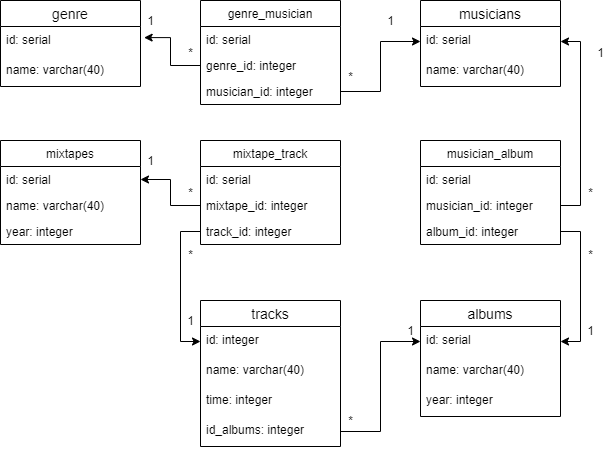
This is DB_homework3.png from Onya-G/DB_homework, a draw.io export, as it was before one commit. Source tidied: cells renumbered, new cells last; positions are measured from the earlier drawing's top-left corner, leaving out a move shared by most shapes. The source it was exported from:
```xml
<mxGraphModel>
  <root>
    <mxCell id="0" />
    <mxCell id="1" parent="0" />
    <mxCell id="2" value="genre" style="swimlane;fontStyle=0;horizontal=1;startSize=26;align=center;fontSize=14;" parent="1" vertex="1">
      <mxGeometry width="140" height="86" as="geometry" />
    </mxCell>
    <mxCell id="3" value="id: serial" style="text;strokeColor=none;fillColor=none;spacingLeft=4;spacingRight=4;overflow=hidden;points=[[0,0.5],[1,0.5]];portConstraint=eastwest;fontSize=12;" parent="2" vertex="1">
      <mxGeometry y="26" width="140" height="30" as="geometry" />
    </mxCell>
    <mxCell id="4" value="name: varchar(40)" style="text;strokeColor=none;fillColor=none;spacingLeft=4;spacingRight=4;overflow=hidden;fontSize=12;" parent="2" vertex="1">
      <mxGeometry y="56" width="140" height="30" as="geometry" />
    </mxCell>
    <mxCell id="5" value="musicians" style="swimlane;fontStyle=0;horizontal=1;startSize=26;align=center;fontSize=14;" parent="1" vertex="1">
      <mxGeometry x="420" width="140" height="86" as="geometry" />
    </mxCell>
    <mxCell id="6" value="id: serial" style="text;strokeColor=none;fillColor=none;spacingLeft=4;spacingRight=4;overflow=hidden;points=[[0,0.5],[1,0.5]];portConstraint=eastwest;fontSize=12;" parent="5" vertex="1">
      <mxGeometry y="26" width="140" height="30" as="geometry" />
    </mxCell>
    <mxCell id="7" value="name: varchar(40)" style="text;strokeColor=none;fillColor=none;spacingLeft=4;spacingRight=4;overflow=hidden;fontSize=12;" parent="5" vertex="1">
      <mxGeometry y="56" width="140" height="30" as="geometry" />
    </mxCell>
    <mxCell id="8" value="albums" style="swimlane;fontStyle=0;horizontal=1;startSize=26;align=center;fontSize=14;" parent="1" vertex="1">
      <mxGeometry x="420" y="300" width="140" height="116" as="geometry" />
    </mxCell>
    <mxCell id="9" value="id: serial" style="text;strokeColor=none;fillColor=none;spacingLeft=4;spacingRight=4;overflow=hidden;points=[[0,0.5],[1,0.5]];portConstraint=eastwest;fontSize=12;" parent="8" vertex="1">
      <mxGeometry y="26" width="140" height="30" as="geometry" />
    </mxCell>
    <mxCell id="10" value="name: varchar(40)" style="text;strokeColor=none;fillColor=none;spacingLeft=4;spacingRight=4;overflow=hidden;fontSize=12;" parent="8" vertex="1">
      <mxGeometry y="56" width="140" height="30" as="geometry" />
    </mxCell>
    <mxCell id="11" value="year: integer" style="text;strokeColor=none;fillColor=none;spacingLeft=4;spacingRight=4;overflow=hidden;fontSize=12;" parent="8" vertex="1">
      <mxGeometry y="86" width="140" height="30" as="geometry" />
    </mxCell>
    <mxCell id="12" value="tracks" style="swimlane;fontStyle=0;horizontal=1;startSize=26;align=center;fontSize=14;" parent="1" vertex="1">
      <mxGeometry x="200" y="300" width="140" height="146" as="geometry" />
    </mxCell>
    <mxCell id="13" value="id: integer" style="text;strokeColor=none;fillColor=none;spacingLeft=4;spacingRight=4;overflow=hidden;points=[[0,0.5],[1,0.5]];portConstraint=eastwest;fontSize=12;" parent="12" vertex="1">
      <mxGeometry y="26" width="140" height="30" as="geometry" />
    </mxCell>
    <mxCell id="14" value="name: varchar(40)" style="text;strokeColor=none;fillColor=none;spacingLeft=4;spacingRight=4;overflow=hidden;fontSize=12;" parent="12" vertex="1">
      <mxGeometry y="56" width="140" height="30" as="geometry" />
    </mxCell>
    <mxCell id="15" value="time: integer" style="text;strokeColor=none;fillColor=none;spacingLeft=4;spacingRight=4;overflow=hidden;fontSize=12;" parent="12" vertex="1">
      <mxGeometry y="86" width="140" height="30" as="geometry" />
    </mxCell>
    <mxCell id="16" value="id_albums: integer" style="text;strokeColor=none;fillColor=none;spacingLeft=4;spacingRight=4;overflow=hidden;points=[[0,0.5],[1,0.5]];portConstraint=eastwest;fontSize=12;" parent="12" vertex="1">
      <mxGeometry y="116" width="140" height="30" as="geometry" />
    </mxCell>
    <mxCell id="17" value="musician_album" style="swimlane;fontStyle=0;horizontal=1;startSize=26;fillColor=none;" parent="1" vertex="1">
      <mxGeometry x="420" y="140" width="140" height="104" as="geometry" />
    </mxCell>
    <mxCell id="18" value="id: serial" style="text;strokeColor=none;fillColor=none;align=left;verticalAlign=top;spacingLeft=4;spacingRight=4;overflow=hidden;" parent="17" vertex="1">
      <mxGeometry y="26" width="140" height="26" as="geometry" />
    </mxCell>
    <mxCell id="19" value="musician_id: integer" style="text;strokeColor=none;fillColor=none;align=left;verticalAlign=top;spacingLeft=4;spacingRight=4;overflow=hidden;points=[[0,0.5],[1,0.5]];portConstraint=eastwest;" parent="17" vertex="1">
      <mxGeometry y="52" width="140" height="26" as="geometry" />
    </mxCell>
    <mxCell id="20" value="album_id: integer" style="text;strokeColor=none;fillColor=none;align=left;verticalAlign=top;spacingLeft=4;spacingRight=4;overflow=hidden;points=[[0,0.5],[1,0.5]];portConstraint=eastwest;" parent="17" vertex="1">
      <mxGeometry y="78" width="140" height="26" as="geometry" />
    </mxCell>
    <mxCell id="21" value="mixtape_track" style="swimlane;fontStyle=0;horizontal=1;startSize=26;fillColor=none;" parent="1" vertex="1">
      <mxGeometry x="200" y="140" width="140" height="104" as="geometry" />
    </mxCell>
    <mxCell id="22" value="id: serial" style="text;strokeColor=none;fillColor=none;align=left;verticalAlign=top;spacingLeft=4;spacingRight=4;overflow=hidden;" parent="21" vertex="1">
      <mxGeometry y="26" width="140" height="26" as="geometry" />
    </mxCell>
    <mxCell id="23" value="mixtape_id: integer" style="text;strokeColor=none;fillColor=none;align=left;verticalAlign=top;spacingLeft=4;spacingRight=4;overflow=hidden;points=[[0,0.5],[1,0.5]];portConstraint=eastwest;" parent="21" vertex="1">
      <mxGeometry y="52" width="140" height="26" as="geometry" />
    </mxCell>
    <mxCell id="24" value="track_id: integer" style="text;strokeColor=none;fillColor=none;align=left;verticalAlign=top;spacingLeft=4;spacingRight=4;overflow=hidden;points=[[0,0.5],[1,0.5]];portConstraint=eastwest;" parent="21" vertex="1">
      <mxGeometry y="78" width="140" height="26" as="geometry" />
    </mxCell>
    <mxCell id="25" value="mixtapes" style="swimlane;fontStyle=0;horizontal=1;startSize=26;fillColor=none;" parent="1" vertex="1">
      <mxGeometry y="140" width="140" height="104" as="geometry" />
    </mxCell>
    <mxCell id="26" value="id: serial" style="text;strokeColor=none;fillColor=none;align=left;verticalAlign=top;spacingLeft=4;spacingRight=4;overflow=hidden;points=[[0,0.5],[1,0.5]];portConstraint=eastwest;" parent="25" vertex="1">
      <mxGeometry y="26" width="140" height="26" as="geometry" />
    </mxCell>
    <mxCell id="27" value="name: varchar(40)" style="text;strokeColor=none;fillColor=none;align=left;verticalAlign=top;spacingLeft=4;spacingRight=4;overflow=hidden;" parent="25" vertex="1">
      <mxGeometry y="52" width="140" height="26" as="geometry" />
    </mxCell>
    <mxCell id="28" value="year: integer" style="text;strokeColor=none;fillColor=none;align=left;verticalAlign=top;spacingLeft=4;spacingRight=4;overflow=hidden;" parent="25" vertex="1">
      <mxGeometry y="78" width="140" height="26" as="geometry" />
    </mxCell>
    <mxCell id="29" value="genre_musician" style="swimlane;fontStyle=0;horizontal=1;startSize=26;fillColor=none;" parent="1" vertex="1">
      <mxGeometry x="200" width="140" height="104" as="geometry" />
    </mxCell>
    <mxCell id="30" value="id: serial" style="text;strokeColor=none;fillColor=none;align=left;verticalAlign=top;spacingLeft=4;spacingRight=4;overflow=hidden;" parent="29" vertex="1">
      <mxGeometry y="26" width="140" height="26" as="geometry" />
    </mxCell>
    <mxCell id="31" value="genre_id: integer" style="text;strokeColor=none;fillColor=none;align=left;verticalAlign=top;spacingLeft=4;spacingRight=4;overflow=hidden;points=[[0,0.5],[1,0.5]];portConstraint=eastwest;" parent="29" vertex="1">
      <mxGeometry y="52" width="140" height="26" as="geometry" />
    </mxCell>
    <mxCell id="32" value="musician_id: integer" style="text;strokeColor=none;fillColor=none;align=left;verticalAlign=top;spacingLeft=4;spacingRight=4;overflow=hidden;points=[[0,0.5],[1,0.5]];portConstraint=eastwest;" parent="29" vertex="1">
      <mxGeometry y="78" width="140" height="26" as="geometry" />
    </mxCell>
    <mxCell id="33" value="*" style="text;html=1;align=center;verticalAlign=middle;strokeColor=none;" parent="1" vertex="1">
      <mxGeometry x="180" y="42" width="20" height="20" as="geometry" />
    </mxCell>
    <mxCell id="34" value="1" style="text;html=1;align=center;verticalAlign=middle;strokeColor=none;" parent="1" vertex="1">
      <mxGeometry x="140" y="10" width="20" height="20" as="geometry" />
    </mxCell>
    <mxCell id="35" value="1" style="text;html=1;align=center;verticalAlign=middle;strokeColor=none;" parent="1" vertex="1">
      <mxGeometry x="380" y="10" width="20" height="20" as="geometry" />
    </mxCell>
    <mxCell id="36" style="edgeStyle=orthogonalEdgeStyle;rounded=0;jettySize=auto;html=1;exitX=0;exitY=0.5;exitDx=0;exitDy=0;entryX=1.026;entryY=0.37;entryDx=0;entryDy=0;entryPerimeter=0;" parent="1" edge="1" source="31" target="3">
      <mxGeometry relative="1" as="geometry" />
    </mxCell>
    <mxCell id="37" style="edgeStyle=orthogonalEdgeStyle;rounded=0;jettySize=auto;html=1;exitX=1;exitY=0.5;exitDx=0;exitDy=0;entryX=0;entryY=0.5;entryDx=0;entryDy=0;" parent="1" edge="1" source="32" target="6">
      <mxGeometry relative="1" as="geometry" />
    </mxCell>
    <mxCell id="38" style="edgeStyle=orthogonalEdgeStyle;rounded=0;jettySize=auto;html=1;exitX=1;exitY=0.5;exitDx=0;exitDy=0;entryX=1;entryY=0.5;entryDx=0;entryDy=0;" parent="1" edge="1" source="19" target="6">
      <mxGeometry relative="1" as="geometry" />
    </mxCell>
    <mxCell id="39" style="edgeStyle=orthogonalEdgeStyle;rounded=0;jettySize=auto;html=1;exitX=1;exitY=0.5;exitDx=0;exitDy=0;" parent="1" edge="1" source="20" target="9">
      <mxGeometry relative="1" as="geometry" />
    </mxCell>
    <mxCell id="40" style="edgeStyle=orthogonalEdgeStyle;rounded=0;jettySize=auto;html=1;exitX=1;exitY=0.5;exitDx=0;exitDy=0;entryX=0;entryY=0.5;entryDx=0;entryDy=0;" parent="1" edge="1" source="16" target="9">
      <mxGeometry relative="1" as="geometry" />
    </mxCell>
    <mxCell id="41" style="edgeStyle=orthogonalEdgeStyle;rounded=0;jettySize=auto;html=1;exitX=0;exitY=0.5;exitDx=0;exitDy=0;" parent="1" edge="1" source="23" target="26">
      <mxGeometry relative="1" as="geometry" />
    </mxCell>
    <mxCell id="42" style="edgeStyle=orthogonalEdgeStyle;rounded=0;jettySize=auto;html=1;exitX=0;exitY=0.5;exitDx=0;exitDy=0;entryX=0;entryY=0.5;entryDx=0;entryDy=0;" parent="1" edge="1" source="24" target="13">
      <mxGeometry relative="1" as="geometry" />
    </mxCell>
    <mxCell id="43" value="*" style="text;html=1;align=center;verticalAlign=middle;strokeColor=none;" parent="1" vertex="1">
      <mxGeometry x="340" y="66" width="20" height="20" as="geometry" />
    </mxCell>
    <mxCell id="44" value="*" style="text;html=1;align=center;verticalAlign=middle;strokeColor=none;" parent="1" vertex="1">
      <mxGeometry x="180" y="182" width="20" height="20" as="geometry" />
    </mxCell>
    <mxCell id="45" value="*" style="text;html=1;align=center;verticalAlign=middle;strokeColor=none;" parent="1" vertex="1">
      <mxGeometry x="180" y="244" width="20" height="20" as="geometry" />
    </mxCell>
    <mxCell id="46" value="*" style="text;html=1;align=center;verticalAlign=middle;strokeColor=none;" parent="1" vertex="1">
      <mxGeometry x="580" y="182" width="20" height="20" as="geometry" />
    </mxCell>
    <mxCell id="47" value="*" style="text;html=1;align=center;verticalAlign=middle;strokeColor=none;" parent="1" vertex="1">
      <mxGeometry x="580" y="244" width="20" height="20" as="geometry" />
    </mxCell>
    <mxCell id="48" value="1" style="text;html=1;align=center;verticalAlign=middle;strokeColor=none;" parent="1" vertex="1">
      <mxGeometry x="140" y="150" width="20" height="20" as="geometry" />
    </mxCell>
    <mxCell id="49" value="1" style="text;html=1;align=center;verticalAlign=middle;strokeColor=none;" parent="1" vertex="1">
      <mxGeometry x="180" y="310" width="20" height="20" as="geometry" />
    </mxCell>
    <mxCell id="50" value="1" style="text;html=1;align=center;verticalAlign=middle;strokeColor=none;" parent="1" vertex="1">
      <mxGeometry x="590" y="42" width="20" height="20" as="geometry" />
    </mxCell>
    <mxCell id="51" value="1" style="text;html=1;align=center;verticalAlign=middle;strokeColor=none;" parent="1" vertex="1">
      <mxGeometry x="580" y="320" width="20" height="20" as="geometry" />
    </mxCell>
    <mxCell id="52" value="*" style="text;html=1;align=center;verticalAlign=middle;strokeColor=none;" parent="1" vertex="1">
      <mxGeometry x="340" y="410" width="20" height="20" as="geometry" />
    </mxCell>
    <mxCell id="53" value="1" style="text;html=1;align=center;verticalAlign=middle;strokeColor=none;" parent="1" vertex="1">
      <mxGeometry x="400" y="320" width="20" height="20" as="geometry" />
    </mxCell>
  </root>
</mxGraphModel>
```
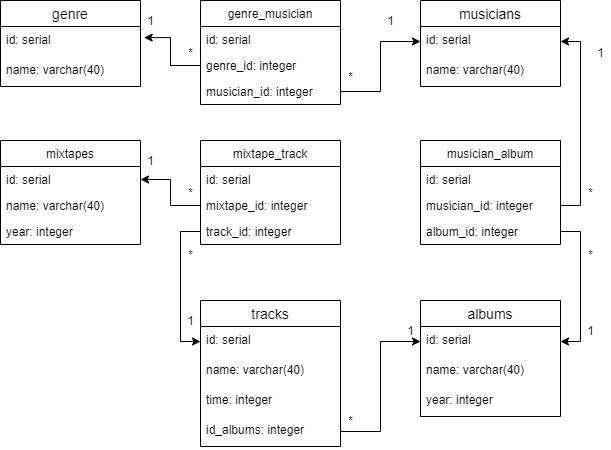
Later version of the same file.

Commit message:
changed types in tracks table

What changed in the source:
```diff
@@ -35,7 +35,7 @@
     <mxCell id="12" value="tracks" style="swimlane;fontStyle=0;horizontal=1;startSize=26;align=center;fontSize=14;" parent="1" vertex="1">
       <mxGeometry x="200" y="300" width="140" height="146" as="geometry" />
     </mxCell>
-    <mxCell id="13" value="id: integer" style="text;strokeColor=none;fillColor=none;spacingLeft=4;spacingRight=4;overflow=hidden;points=[[0,0.5],[1,0.5]];portConstraint=eastwest;fontSize=12;" parent="12" vertex="1">
+    <mxCell id="13" value="id: serial" style="text;strokeColor=none;fillColor=none;spacingLeft=4;spacingRight=4;overflow=hidden;points=[[0,0.5],[1,0.5]];portConstraint=eastwest;fontSize=12;" parent="12" vertex="1">
       <mxGeometry y="26" width="140" height="30" as="geometry" />
     </mxCell>
     <mxCell id="14" value="name: varchar(40)" style="text;strokeColor=none;fillColor=none;spacingLeft=4;spacingRight=4;overflow=hidden;fontSize=12;" parent="12" vertex="1">
```
